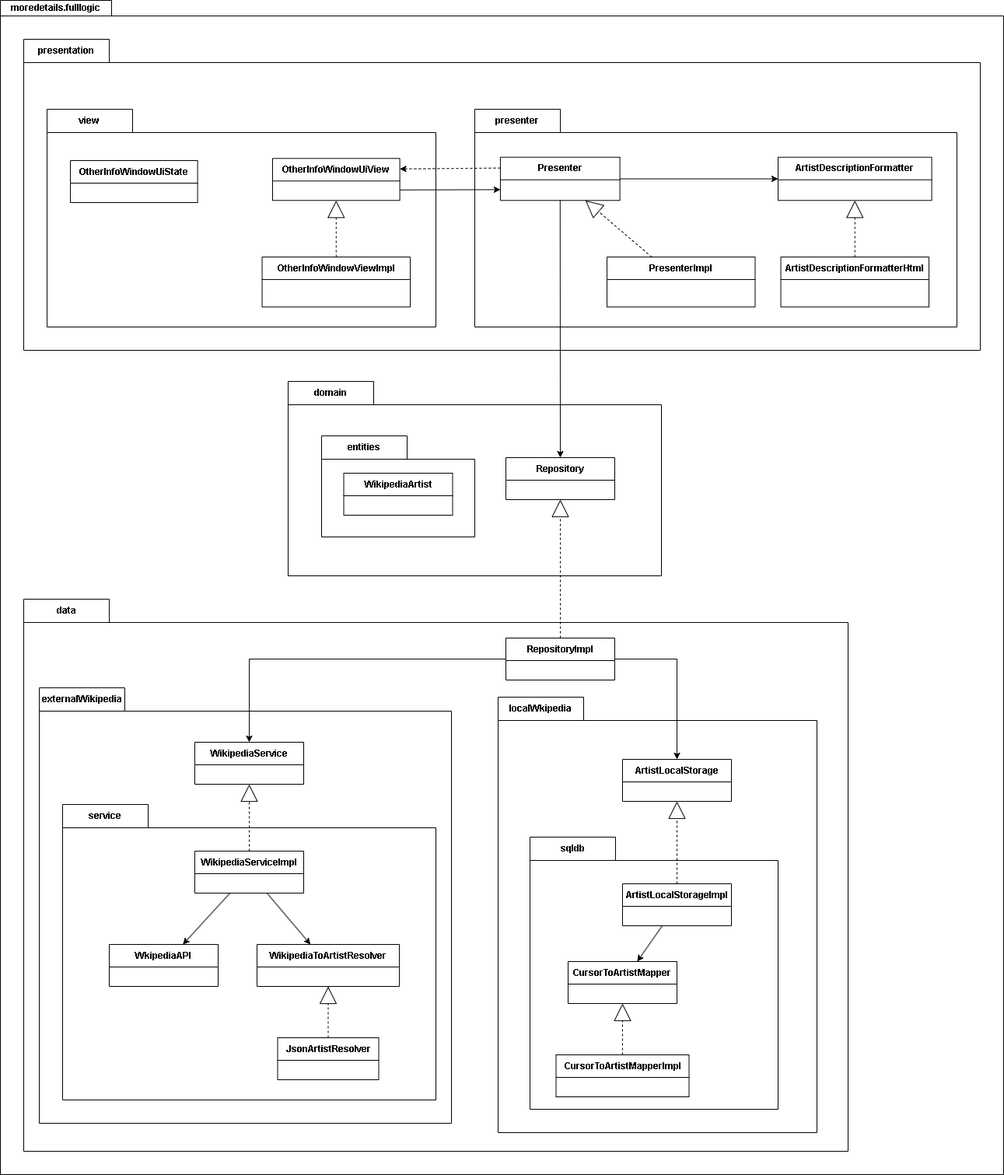
The draw.io diagram docs/moredetails_class_diagram.png in elagarrigue/AyDS23-Winchester3, before a commit. Source tidied: cells renumbered, new cells last; positions are measured from the earlier drawing's top-left corner, leaving out a move shared by most shapes. The source it was exported from:
```xml
<mxGraphModel>
  <root>
    <mxCell id="0" />
    <mxCell id="1" parent="0" />
    <mxCell id="2" value="moredetails.fulllogic" style="shape=folder;fontStyle=1;tabWidth=143;tabHeight=20;tabPosition=left;html=1;boundedLbl=1;labelInHeader=1;whiteSpace=wrap;" parent="1" vertex="1">
      <mxGeometry width="1290" height="1510" as="geometry" />
    </mxCell>
    <mxCell id="3" style="html=1;strokeColor=none;fillColor=none;whiteSpace=wrap;" parent="2" vertex="1">
      <mxGeometry width="50" height="70" relative="1" as="geometry">
        <mxPoint y="30" as="offset" />
      </mxGeometry>
    </mxCell>
    <mxCell id="4" value="data" style="shape=folder;fontStyle=1;tabWidth=110;tabHeight=30;tabPosition=left;html=1;boundedLbl=1;labelInHeader=1;whiteSpace=wrap;" parent="2" vertex="1">
      <mxGeometry x="30" y="770" width="1060" height="710" as="geometry" />
    </mxCell>
    <mxCell id="5" style="html=1;strokeColor=none;fillColor=none;whiteSpace=wrap;" parent="4" vertex="1">
      <mxGeometry width="520" height="252" relative="1" as="geometry">
        <mxPoint y="30" as="offset" />
      </mxGeometry>
    </mxCell>
    <mxCell id="6" value="RepositoryImpl" style="swimlane;fontStyle=1;align=center;verticalAlign=middle;horizontal=1;startSize=29;html=1;whiteSpace=wrap;" parent="4" vertex="1">
      <mxGeometry x="620" y="50" width="140" height="54" as="geometry" />
    </mxCell>
    <mxCell id="7" value="externalWikipedia" style="shape=folder;fontStyle=1;tabWidth=110;tabHeight=30;tabPosition=left;html=1;boundedLbl=1;labelInHeader=1;whiteSpace=wrap;" parent="4" vertex="1">
      <mxGeometry x="20" y="114" width="530" height="560" as="geometry" />
    </mxCell>
    <mxCell id="8" style="html=1;strokeColor=none;fillColor=none;whiteSpace=wrap;" parent="7" vertex="1">
      <mxGeometry width="150" height="70" relative="1" as="geometry">
        <mxPoint y="30" as="offset" />
      </mxGeometry>
    </mxCell>
    <mxCell id="9" value="WikipediaService" style="swimlane;fontStyle=1;align=center;verticalAlign=middle;horizontal=1;startSize=29;html=1;whiteSpace=wrap;" parent="7" vertex="1">
      <mxGeometry x="200" y="70" width="140" height="54" as="geometry" />
    </mxCell>
    <mxCell id="10" value="service" style="shape=folder;fontStyle=1;tabWidth=110;tabHeight=30;tabPosition=left;html=1;boundedLbl=1;labelInHeader=1;whiteSpace=wrap;" parent="7" vertex="1">
      <mxGeometry x="30" y="150" width="480" height="380" as="geometry" />
    </mxCell>
    <mxCell id="11" style="html=1;strokeColor=none;fillColor=none;whiteSpace=wrap;" parent="10" vertex="1">
      <mxGeometry width="150" height="70" relative="1" as="geometry">
        <mxPoint y="30" as="offset" />
      </mxGeometry>
    </mxCell>
    <mxCell id="12" value="WkipediaAPI" style="swimlane;fontStyle=1;align=center;verticalAlign=middle;horizontal=1;startSize=29;html=1;whiteSpace=wrap;" parent="10" vertex="1">
      <mxGeometry x="60" y="180" width="140" height="54" as="geometry" />
    </mxCell>
    <mxCell id="13" style="rounded=0;jettySize=auto;html=1;" parent="10" edge="1" source="14" target="12">
      <mxGeometry relative="1" as="geometry" />
    </mxCell>
    <mxCell id="14" value="WikipediaServiceImpl" style="swimlane;fontStyle=1;align=center;verticalAlign=middle;horizontal=1;startSize=29;html=1;whiteSpace=wrap;" parent="10" vertex="1">
      <mxGeometry x="170" y="60" width="140" height="54" as="geometry" />
    </mxCell>
    <mxCell id="15" style="rounded=0;jettySize=auto;html=1;" parent="10" edge="1" source="14" target="16">
      <mxGeometry relative="1" as="geometry" />
    </mxCell>
    <mxCell id="16" value="WikipediaToArtistResolver" style="swimlane;fontStyle=1;align=center;verticalAlign=middle;horizontal=1;startSize=29;html=1;whiteSpace=wrap;" parent="10" vertex="1">
      <mxGeometry x="250" y="180" width="183" height="54" as="geometry" />
    </mxCell>
    <mxCell id="17" style="edgeStyle=orthogonalEdgeStyle;rounded=0;jettySize=auto;html=1;endArrow=block;endFill=0;endSize=20;dashed=1;" parent="10" edge="1" source="18" target="16">
      <mxGeometry relative="1" as="geometry" />
    </mxCell>
    <mxCell id="18" value="JsonArtistResolver" style="swimlane;fontStyle=1;align=center;verticalAlign=middle;horizontal=1;startSize=29;html=1;whiteSpace=wrap;" parent="10" vertex="1">
      <mxGeometry x="276.5" y="300" width="130" height="54" as="geometry" />
    </mxCell>
    <mxCell id="19" style="rounded=0;jettySize=auto;html=1;endArrow=block;endFill=0;endSize=20;dashed=1;" parent="7" edge="1" source="14" target="9">
      <mxGeometry relative="1" as="geometry" />
    </mxCell>
    <mxCell id="20" style="rounded=0;jettySize=auto;html=1;edgeStyle=orthogonalEdgeStyle;" parent="4" edge="1" source="6" target="9">
      <mxGeometry relative="1" as="geometry" />
    </mxCell>
    <mxCell id="21" value="localWkipedia" style="shape=folder;fontStyle=1;tabWidth=110;tabHeight=30;tabPosition=left;html=1;boundedLbl=1;labelInHeader=1;whiteSpace=wrap;" parent="4" vertex="1">
      <mxGeometry x="610" y="126" width="410" height="560" as="geometry" />
    </mxCell>
    <mxCell id="22" style="html=1;strokeColor=none;fillColor=none;whiteSpace=wrap;" parent="21" vertex="1">
      <mxGeometry width="150" height="70" relative="1" as="geometry">
        <mxPoint y="30" as="offset" />
      </mxGeometry>
    </mxCell>
    <mxCell id="23" value="ArtistLocalStorage" style="swimlane;fontStyle=1;align=center;verticalAlign=middle;horizontal=1;startSize=29;html=1;whiteSpace=wrap;" parent="21" vertex="1">
      <mxGeometry x="160" y="80" width="140" height="54" as="geometry" />
    </mxCell>
    <mxCell id="24" value="sqldb" style="shape=folder;fontStyle=1;tabWidth=110;tabHeight=30;tabPosition=left;html=1;boundedLbl=1;labelInHeader=1;whiteSpace=wrap;" parent="21" vertex="1">
      <mxGeometry x="41" y="180" width="319" height="350" as="geometry" />
    </mxCell>
    <mxCell id="25" style="html=1;strokeColor=none;fillColor=none;whiteSpace=wrap;" parent="24" vertex="1">
      <mxGeometry width="150" height="70" relative="1" as="geometry">
        <mxPoint y="30" as="offset" />
      </mxGeometry>
    </mxCell>
    <mxCell id="26" style="rounded=0;jettySize=auto;html=1;" parent="24" edge="1" source="27" target="28">
      <mxGeometry relative="1" as="geometry" />
    </mxCell>
    <mxCell id="27" value="ArtistLocalStorageImpl" style="swimlane;fontStyle=1;align=center;verticalAlign=middle;horizontal=1;startSize=29;html=1;whiteSpace=wrap;" parent="24" vertex="1">
      <mxGeometry x="119" y="60" width="140" height="54" as="geometry" />
    </mxCell>
    <mxCell id="28" value="CursorToArtistMapper" style="swimlane;fontStyle=1;align=center;verticalAlign=middle;horizontal=1;startSize=29;html=1;whiteSpace=wrap;" parent="24" vertex="1">
      <mxGeometry x="49" y="160" width="140" height="54" as="geometry" />
    </mxCell>
    <mxCell id="29" value="CursorToArtistMapperImpl" style="swimlane;fontStyle=1;align=center;verticalAlign=middle;horizontal=1;startSize=29;html=1;whiteSpace=wrap;" parent="24" vertex="1">
      <mxGeometry x="33.5" y="280" width="171" height="54" as="geometry" />
    </mxCell>
    <mxCell id="30" style="rounded=0;jettySize=auto;html=1;endArrow=block;endFill=0;endSize=20;dashed=1;" parent="24" edge="1" source="29" target="28">
      <mxGeometry relative="1" as="geometry" />
    </mxCell>
    <mxCell id="31" style="rounded=0;jettySize=auto;html=1;endArrow=block;endFill=0;endSize=20;dashed=1;" parent="21" edge="1" source="27" target="23">
      <mxGeometry relative="1" as="geometry" />
    </mxCell>
    <mxCell id="32" style="rounded=0;jettySize=auto;html=1;edgeStyle=orthogonalEdgeStyle;" parent="4" edge="1" source="6" target="23">
      <mxGeometry relative="1" as="geometry" />
    </mxCell>
    <mxCell id="33" value="presentation" style="shape=folder;fontStyle=1;tabWidth=110;tabHeight=30;tabPosition=left;html=1;boundedLbl=1;labelInHeader=1;whiteSpace=wrap;" parent="2" vertex="1">
      <mxGeometry x="30" y="50" width="1230" height="400" as="geometry" />
    </mxCell>
    <mxCell id="34" value="view" style="shape=folder;fontStyle=1;tabWidth=110;tabHeight=30;tabPosition=left;html=1;boundedLbl=1;labelInHeader=1;whiteSpace=wrap;" parent="33" vertex="1">
      <mxGeometry x="30" y="90" width="500" height="280" as="geometry" />
    </mxCell>
    <mxCell id="35" style="html=1;strokeColor=none;fillColor=none;whiteSpace=wrap;" parent="34" vertex="1">
      <mxGeometry width="250" height="224" relative="1" as="geometry">
        <mxPoint y="30" as="offset" />
      </mxGeometry>
    </mxCell>
    <mxCell id="36" value="OtherInfoWindowUiView" style="swimlane;fontStyle=1;align=center;verticalAlign=middle;horizontal=1;startSize=29;html=1;whiteSpace=wrap;" parent="34" vertex="1">
      <mxGeometry x="290" y="63.3" width="163.6" height="54" as="geometry" />
    </mxCell>
    <mxCell id="37" value="OtherInfoWindowUiState" style="swimlane;fontStyle=1;align=center;verticalAlign=middle;horizontal=1;startSize=29;html=1;whiteSpace=wrap;" parent="34" vertex="1">
      <mxGeometry x="30" y="66" width="163.6" height="54" as="geometry" />
    </mxCell>
    <mxCell id="38" value="OtherInfoWindowViewImpl" style="swimlane;fontStyle=1;align=center;verticalAlign=middle;horizontal=1;startSize=29;html=1;whiteSpace=wrap;" parent="34" vertex="1">
      <mxGeometry x="276.6" y="190" width="190.5" height="64.3" as="geometry" />
    </mxCell>
    <mxCell id="39" style="rounded=0;jettySize=auto;html=1;dashed=1;endArrow=block;endFill=0;endSize=20;" parent="34" edge="1" source="38" target="36">
      <mxGeometry relative="1" as="geometry" />
    </mxCell>
    <mxCell id="40" style="html=1;strokeColor=none;fillColor=none;whiteSpace=wrap;" parent="33" vertex="1">
      <mxGeometry width="40" height="40" relative="1" as="geometry">
        <mxPoint y="30" as="offset" />
      </mxGeometry>
    </mxCell>
    <mxCell id="41" value="presenter" style="shape=folder;fontStyle=1;tabWidth=110;tabHeight=30;tabPosition=left;html=1;boundedLbl=1;labelInHeader=1;whiteSpace=wrap;" parent="33" vertex="1">
      <mxGeometry x="580" y="90" width="620" height="280" as="geometry" />
    </mxCell>
    <mxCell id="42" style="html=1;strokeColor=none;fillColor=none;whiteSpace=wrap;" parent="41" vertex="1">
      <mxGeometry width="40" height="10" relative="1" as="geometry">
        <mxPoint y="30" as="offset" />
      </mxGeometry>
    </mxCell>
    <mxCell id="43" value="Presenter" style="swimlane;fontStyle=1;align=center;verticalAlign=middle;horizontal=1;startSize=29;html=1;whiteSpace=wrap;" parent="41" vertex="1">
      <mxGeometry x="32.9" y="61.7" width="153.7" height="55.5" as="geometry" />
    </mxCell>
    <mxCell id="44" value="ArtistDescriptionFormatter" style="swimlane;fontStyle=1;align=center;verticalAlign=middle;horizontal=1;startSize=29;html=1;whiteSpace=wrap;" parent="41" vertex="1">
      <mxGeometry x="390" y="61.7" width="197.6" height="55.5" as="geometry" />
    </mxCell>
    <mxCell id="45" style="rounded=0;jettySize=auto;html=1;" parent="41" edge="1" source="43" target="44">
      <mxGeometry relative="1" as="geometry" />
    </mxCell>
    <mxCell id="46" value="ArtistDescriptionFormatterHtml" style="swimlane;fontStyle=1;align=center;verticalAlign=middle;horizontal=1;startSize=29;html=1;whiteSpace=wrap;" parent="41" vertex="1">
      <mxGeometry x="393.5" y="190" width="190.5" height="64.3" as="geometry" />
    </mxCell>
    <mxCell id="47" style="rounded=0;jettySize=auto;html=1;dashed=1;endArrow=block;endFill=0;endSize=20;" parent="41" edge="1" source="46" target="44">
      <mxGeometry relative="1" as="geometry" />
    </mxCell>
    <mxCell id="48" value="PresenterImpl" style="swimlane;fontStyle=1;align=center;verticalAlign=middle;horizontal=1;startSize=29;html=1;whiteSpace=wrap;" parent="41" vertex="1">
      <mxGeometry x="170" y="190" width="190.5" height="64.3" as="geometry" />
    </mxCell>
    <mxCell id="49" style="rounded=0;jettySize=auto;html=1;dashed=1;endArrow=block;endFill=0;endSize=20;" parent="41" edge="1" source="48" target="43">
      <mxGeometry relative="1" as="geometry" />
    </mxCell>
    <mxCell id="50" style="rounded=0;jettySize=auto;html=1;exitX=1;exitY=0.75;exitDx=0;exitDy=0;entryX=0;entryY=0.75;entryDx=0;entryDy=0;" parent="33" edge="1" source="36" target="43">
      <mxGeometry relative="1" as="geometry" />
    </mxCell>
    <mxCell id="51" style="rounded=0;jettySize=auto;html=1;dashed=1;entryX=1;entryY=0.25;entryDx=0;entryDy=0;exitX=0;exitY=0.25;exitDx=0;exitDy=0;" parent="33" edge="1" source="43" target="36">
      <mxGeometry relative="1" as="geometry" />
    </mxCell>
    <mxCell id="52" value="domain" style="shape=folder;fontStyle=1;tabWidth=110;tabHeight=30;tabPosition=left;html=1;boundedLbl=1;labelInHeader=1;whiteSpace=wrap;" parent="2" vertex="1">
      <mxGeometry x="370" y="490" width="480" height="250" as="geometry" />
    </mxCell>
    <mxCell id="53" style="html=1;strokeColor=none;fillColor=none;whiteSpace=wrap;" parent="52" vertex="1">
      <mxGeometry width="20" height="252" relative="1" as="geometry">
        <mxPoint y="30" as="offset" />
      </mxGeometry>
    </mxCell>
    <mxCell id="54" value="Repository" style="swimlane;fontStyle=1;align=center;verticalAlign=middle;horizontal=1;startSize=29;html=1;whiteSpace=wrap;" parent="52" vertex="1">
      <mxGeometry x="280" y="98" width="140" height="54" as="geometry" />
    </mxCell>
    <mxCell id="55" value="entities" style="shape=folder;fontStyle=1;tabWidth=110;tabHeight=30;tabPosition=left;html=1;boundedLbl=1;labelInHeader=1;whiteSpace=wrap;" parent="52" vertex="1">
      <mxGeometry x="43" y="70" width="197" height="130" as="geometry" />
    </mxCell>
    <mxCell id="56" style="html=1;strokeColor=none;fillColor=none;whiteSpace=wrap;" parent="55" vertex="1">
      <mxGeometry width="150" height="70" relative="1" as="geometry">
        <mxPoint y="30" as="offset" />
      </mxGeometry>
    </mxCell>
    <mxCell id="57" value="WikipediaArtist" style="swimlane;fontStyle=1;align=center;verticalAlign=middle;horizontal=1;startSize=29;html=1;whiteSpace=wrap;" parent="55" vertex="1">
      <mxGeometry x="28.5" y="48" width="140" height="54" as="geometry" />
    </mxCell>
    <mxCell id="58" style="rounded=0;jettySize=auto;html=1;" parent="2" edge="1" source="43" target="54">
      <mxGeometry relative="1" as="geometry" />
    </mxCell>
    <mxCell id="59" style="rounded=0;jettySize=auto;html=1;endArrow=block;endFill=0;endSize=20;dashed=1;" parent="2" edge="1" source="6" target="54">
      <mxGeometry relative="1" as="geometry" />
    </mxCell>
  </root>
</mxGraphModel>
```
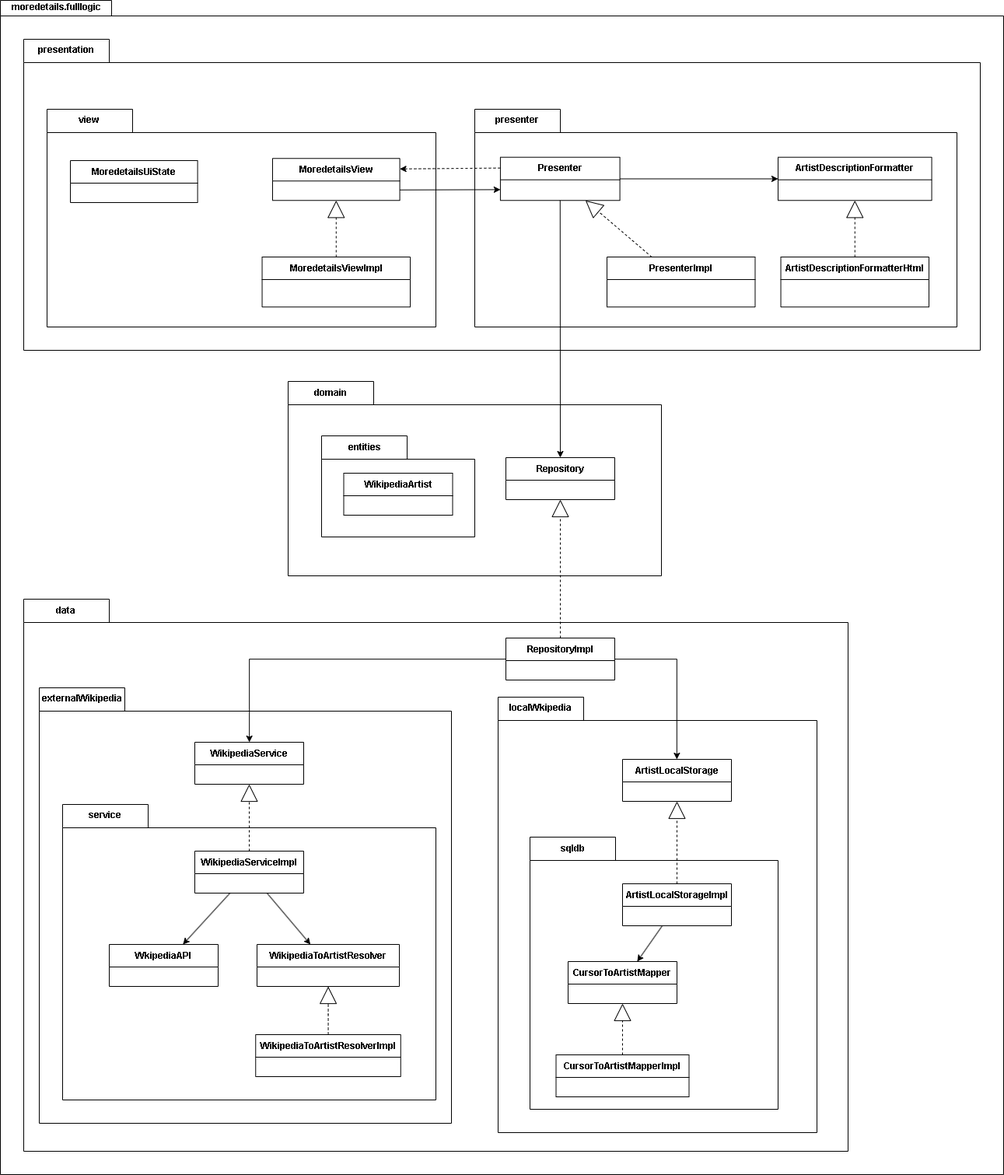
The same file after the commit.

Commit message:
Clean Names en el diagrama de clases

Diff of the diagram source:
```diff
@@ -58,8 +58,8 @@
     <mxCell id="17" style="edgeStyle=orthogonalEdgeStyle;rounded=0;jettySize=auto;html=1;endArrow=block;endFill=0;endSize=20;dashed=1;" parent="10" edge="1" source="18" target="16">
       <mxGeometry relative="1" as="geometry" />
     </mxCell>
-    <mxCell id="18" value="JsonArtistResolver" style="swimlane;fontStyle=1;align=center;verticalAlign=middle;horizontal=1;startSize=29;html=1;whiteSpace=wrap;" parent="10" vertex="1">
-      <mxGeometry x="276.5" y="300" width="130" height="54" as="geometry" />
+    <mxCell id="18" value="WikipediaToArtistResolverImpl" style="swimlane;fontStyle=1;align=center;verticalAlign=middle;horizontal=1;startSize=29;html=1;whiteSpace=wrap;" parent="10" vertex="1">
+      <mxGeometry x="248.2" y="296" width="186.5" height="54" as="geometry" />
     </mxCell>
     <mxCell id="19" style="rounded=0;jettySize=auto;html=1;endArrow=block;endFill=0;endSize=20;dashed=1;" parent="7" edge="1" source="14" target="9">
       <mxGeometry relative="1" as="geometry" />
@@ -118,13 +118,13 @@
         <mxPoint y="30" as="offset" />
       </mxGeometry>
     </mxCell>
-    <mxCell id="36" value="OtherInfoWindowUiView" style="swimlane;fontStyle=1;align=center;verticalAlign=middle;horizontal=1;startSize=29;html=1;whiteSpace=wrap;" parent="34" vertex="1">
+    <mxCell id="36" value="MoredetailsView" style="swimlane;fontStyle=1;align=center;verticalAlign=middle;horizontal=1;startSize=29;html=1;whiteSpace=wrap;" parent="34" vertex="1">
       <mxGeometry x="290" y="63.3" width="163.6" height="54" as="geometry" />
     </mxCell>
-    <mxCell id="37" value="OtherInfoWindowUiState" style="swimlane;fontStyle=1;align=center;verticalAlign=middle;horizontal=1;startSize=29;html=1;whiteSpace=wrap;" parent="34" vertex="1">
+    <mxCell id="37" value="MoredetailsUiState" style="swimlane;fontStyle=1;align=center;verticalAlign=middle;horizontal=1;startSize=29;html=1;whiteSpace=wrap;" parent="34" vertex="1">
       <mxGeometry x="30" y="66" width="163.6" height="54" as="geometry" />
     </mxCell>
-    <mxCell id="38" value="OtherInfoWindowViewImpl" style="swimlane;fontStyle=1;align=center;verticalAlign=middle;horizontal=1;startSize=29;html=1;whiteSpace=wrap;" parent="34" vertex="1">
+    <mxCell id="38" value="MoredetailsViewImpl" style="swimlane;fontStyle=1;align=center;verticalAlign=middle;horizontal=1;startSize=29;html=1;whiteSpace=wrap;" parent="34" vertex="1">
       <mxGeometry x="276.6" y="190" width="190.5" height="64.3" as="geometry" />
     </mxCell>
     <mxCell id="39" style="rounded=0;jettySize=auto;html=1;dashed=1;endArrow=block;endFill=0;endSize=20;" parent="34" edge="1" source="38" target="36">
```
